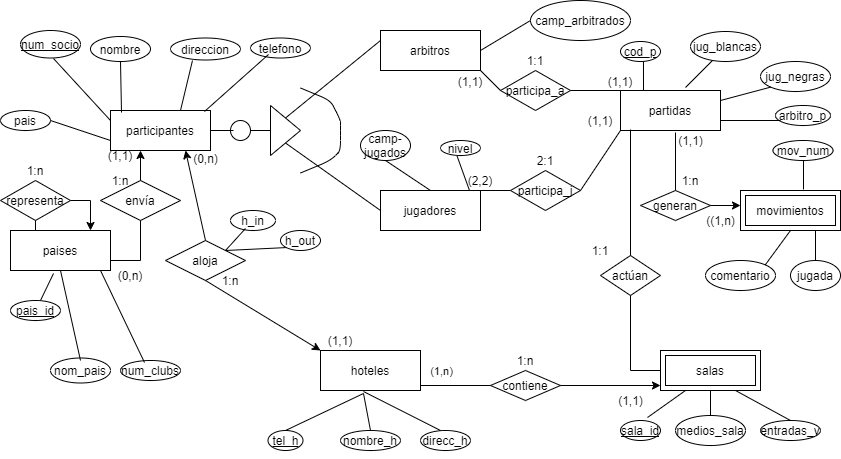
Before: src/Entidad_relacion_ajedrez.png, a diagram exported from draw.io (ED-CarlosIII/snake). Source tidied: cells renumbered, new cells last; positions are measured from the earlier drawing's top-left corner, leaving out a move shared by most shapes.
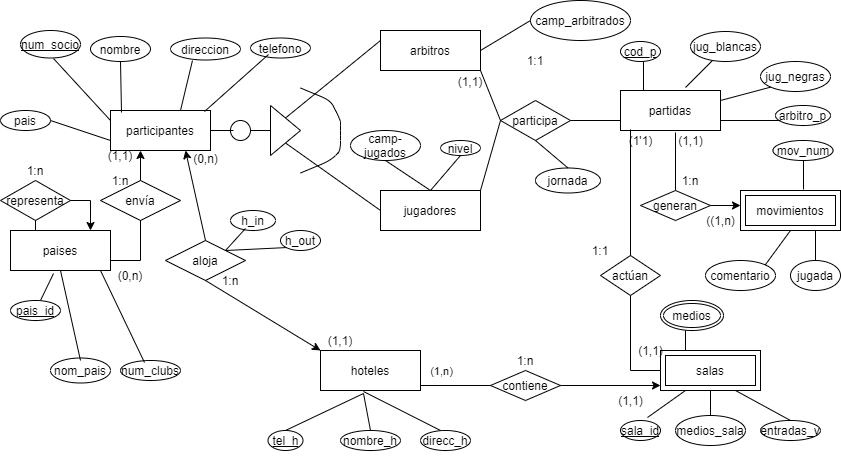
After the commit.

Change to the diagram source:
```diff
@@ -99,7 +99,7 @@
       <mxGeometry relative="1" as="geometry" />
     </mxCell>
     <mxCell id="28" value="camp-jugados" style="ellipse;whiteSpace=wrap;html=1;align=center;" parent="1" vertex="1">
-      <mxGeometry x="360" y="130" width="50" height="30" as="geometry" />
+      <mxGeometry x="350" y="130" width="70" height="30" as="geometry" />
     </mxCell>
     <mxCell id="29" style="endArrow=none;html=1;entryX=0.5;entryY=1;entryDx=0;entryDy=0;exitX=0.5;exitY=0;exitDx=0;exitDy=0;" parent="1" edge="1" source="4" target="28">
       <mxGeometry relative="1" as="geometry" />
@@ -107,11 +107,6 @@
     <mxCell id="30" value="nivel" style="ellipse;whiteSpace=wrap;html=1;align=center;" parent="1" vertex="1">
       <mxGeometry x="440" y="140" width="40" height="15" as="geometry" />
     </mxCell>
-    <mxCell id="31" style="endArrow=none;html=1;entryX=0.414;entryY=1.033;entryDx=0;entryDy=0;entryPerimeter=0;" parent="1" edge="1" target="30">
-      <mxGeometry relative="1" as="geometry">
-        <mxPoint x="469" y="190" as="sourcePoint" />
-      </mxGeometry>
-    </mxCell>
     <mxCell id="32" style="endArrow=none;html=1;entryX=0.43;entryY=1.075;entryDx=0;entryDy=0;entryPerimeter=0;exitX=0.5;exitY=0;exitDx=0;exitDy=0;" parent="1" edge="1" target="5">
       <mxGeometry relative="1" as="geometry">
         <mxPoint x="40" y="300" as="sourcePoint" />
@@ -262,26 +257,20 @@
     <mxCell id="74" style="endArrow=none;html=1;entryX=0;entryY=1;entryDx=0;entryDy=0;exitX=1;exitY=0;exitDx=0;exitDy=0;" parent="1" edge="1" source="70" target="72">
       <mxGeometry relative="1" as="geometry" />
     </mxCell>
-    <mxCell id="75" value="participa_a" style="shape=rhombus;perimeter=rhombusPerimeter;whiteSpace=wrap;html=1;align=center;" parent="1" vertex="1">
-      <mxGeometry x="500" y="70" width="70" height="40" as="geometry" />
+    <mxCell id="75" value="participa" style="shape=rhombus;perimeter=rhombusPerimeter;whiteSpace=wrap;html=1;align=center;" parent="1" vertex="1">
+      <mxGeometry x="500" y="100" width="70" height="40" as="geometry" />
     </mxCell>
-    <mxCell id="76" value="participa_j" style="shape=rhombus;perimeter=rhombusPerimeter;whiteSpace=wrap;html=1;align=center;" parent="1" vertex="1">
-      <mxGeometry x="510" y="170" width="70" height="40" as="geometry" />
-    </mxCell>
     <mxCell id="77" style="endArrow=none;html=1;entryX=1;entryY=1;entryDx=0;entryDy=0;exitX=0;exitY=0.5;exitDx=0;exitDy=0;" parent="1" edge="1" source="75" target="3">
       <mxGeometry relative="1" as="geometry" />
     </mxCell>
-    <mxCell id="78" style="endArrow=none;html=1;exitX=1;exitY=0.5;exitDx=0;exitDy=0;entryX=0;entryY=0;entryDx=0;entryDy=0;" parent="1" edge="1" source="75" target="6">
-      <mxGeometry relative="1" as="geometry" />
+    <mxCell id="78" style="endArrow=none;html=1;exitX=1;exitY=0.5;exitDx=0;exitDy=0;entryX=1;entryY=0.5;entryDx=0;entryDy=0;" parent="1" edge="1" source="75">
+      <mxGeometry relative="1" as="geometry">
+        <mxPoint x="620" y="120" as="targetPoint" />
+      </mxGeometry>
     </mxCell>
-    <mxCell id="79" style="endArrow=none;html=1;exitX=1;exitY=0;exitDx=0;exitDy=0;entryX=0;entryY=0.5;entryDx=0;entryDy=0;" parent="1" edge="1" source="4" target="76">
+    <mxCell id="79" style="endArrow=none;html=1;exitX=1;exitY=0;exitDx=0;exitDy=0;entryX=0;entryY=0.5;entryDx=0;entryDy=0;" parent="1" edge="1" source="4" target="75">
       <mxGeometry relative="1" as="geometry" />
     </mxCell>
-    <mxCell id="80" style="endArrow=none;html=1;entryX=0;entryY=1;entryDx=0;entryDy=0;" parent="1" edge="1" target="6">
-      <mxGeometry relative="1" as="geometry">
-        <mxPoint x="580" y="190" as="sourcePoint" />
-      </mxGeometry>
-    </mxCell>
     <mxCell id="81" value="generan" style="shape=rhombus;perimeter=rhombusPerimeter;whiteSpace=wrap;html=1;align=center;" parent="1" vertex="1">
       <mxGeometry x="640" y="190" width="70" height="30" as="geometry" />
     </mxCell>
@@ -338,9 +327,6 @@
     <mxCell id="94" value="1:1" style="text;html=1;strokeColor=none;fillColor=none;align=center;verticalAlign=middle;whiteSpace=wrap;rounded=0;" parent="1" vertex="1">
       <mxGeometry x="515" y="50" width="40" height="20" as="geometry" />
     </mxCell>
-    <mxCell id="95" value="2:1" style="text;html=1;strokeColor=none;fillColor=none;align=center;verticalAlign=middle;whiteSpace=wrap;rounded=0;" parent="1" vertex="1">
-      <mxGeometry x="525" y="150" width="40" height="20" as="geometry" />
-    </mxCell>
     <mxCell id="96" value="1:n" style="text;html=1;strokeColor=none;fillColor=none;align=center;verticalAlign=middle;whiteSpace=wrap;rounded=0;" parent="1" vertex="1">
       <mxGeometry x="210" y="270" width="40" height="20" as="geometry" />
     </mxCell>
@@ -395,15 +381,6 @@
     <mxCell id="110" value="(1,1)" style="text;html=1;strokeColor=none;fillColor=none;align=center;verticalAlign=middle;whiteSpace=wrap;rounded=0;" parent="1" vertex="1">
       <mxGeometry x="450" y="71" width="40" height="20" as="geometry" />
     </mxCell>
-    <mxCell id="111" value="(1,1)" style="text;html=1;strokeColor=none;fillColor=none;align=center;verticalAlign=middle;whiteSpace=wrap;rounded=0;" parent="1" vertex="1">
-      <mxGeometry x="600" y="71" width="40" height="20" as="geometry" />
-    </mxCell>
-    <mxCell id="112" value="(2,2)" style="text;html=1;strokeColor=none;fillColor=none;align=center;verticalAlign=middle;whiteSpace=wrap;rounded=0;" parent="1" vertex="1">
-      <mxGeometry x="460" y="170" width="40" height="20" as="geometry" />
-    </mxCell>
-    <mxCell id="113" value="(1,1)" style="text;html=1;strokeColor=none;fillColor=none;align=center;verticalAlign=middle;whiteSpace=wrap;rounded=0;" parent="1" vertex="1">
-      <mxGeometry x="580" y="110" width="40" height="20" as="geometry" />
-    </mxCell>
     <mxCell id="114" value="(1,1)" style="text;html=1;align=center;verticalAlign=middle;strokeColor=none;" parent="1" vertex="1">
       <mxGeometry x="670" y="130" width="40" height="20" as="geometry" />
     </mxCell>
@@ -413,5 +390,30 @@
     <mxCell id="116" value="(1,1)" style="text;html=1;align=center;verticalAlign=middle;strokeColor=none;" parent="1" vertex="1">
       <mxGeometry x="610" y="390" width="40" height="20" as="geometry" />
     </mxCell>
+    <mxCell id="117" value="medios" style="ellipse;shape=doubleEllipse;margin=3;whiteSpace=wrap;html=1;align=center;" parent="1" vertex="1">
+      <mxGeometry x="660" y="300" width="63" height="30" as="geometry" />
+    </mxCell>
+    <mxCell id="118" value="(1'1)" style="text;html=1;align=center;verticalAlign=middle;strokeColor=none;" parent="1" vertex="1">
+      <mxGeometry x="620" y="130" width="40" height="20" as="geometry" />
+    </mxCell>
+    <mxCell id="119" value="(1,1)" style="text;html=1;align=center;verticalAlign=middle;strokeColor=none;" parent="1" vertex="1">
+      <mxGeometry x="630" y="340" width="40" height="20" as="geometry" />
+    </mxCell>
+    <mxCell id="120" style="endArrow=none;html=1;exitX=0.25;exitY=0;exitDx=0;exitDy=0;" parent="1" edge="1" source="9">
+      <mxGeometry relative="1" as="geometry">
+        <mxPoint x="685" y="330" as="targetPoint" />
+      </mxGeometry>
+    </mxCell>
+    <mxCell id="121" value="jornada" style="ellipse;whiteSpace=wrap;html=1;align=center;" parent="1" vertex="1">
+      <mxGeometry x="535" y="167.5" width="65" height="25" as="geometry" />
+    </mxCell>
+    <mxCell id="122" style="endArrow=none;html=1;entryX=0.5;entryY=1;entryDx=0;entryDy=0;exitX=0.5;exitY=0;exitDx=0;exitDy=0;" parent="1" edge="1" source="121" target="75">
+      <mxGeometry relative="1" as="geometry" />
+    </mxCell>
+    <mxCell id="123" style="endArrow=none;html=1;entryX=0.5;entryY=1;entryDx=0;entryDy=0;" parent="1" edge="1" target="30">
+      <mxGeometry relative="1" as="geometry">
+        <mxPoint x="430" y="190" as="sourcePoint" />
+      </mxGeometry>
+    </mxCell>
   </root>
 </mxGraphModel>
```
